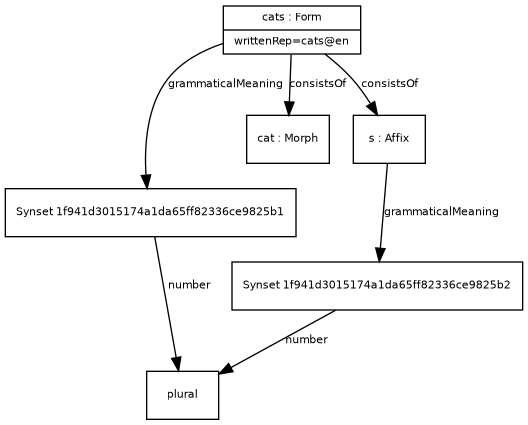
This is examples/example_3.png from ontolex/morph, a Graphviz export, as it was before one commit. Its source is kept beside it as examples/example_3.dot.
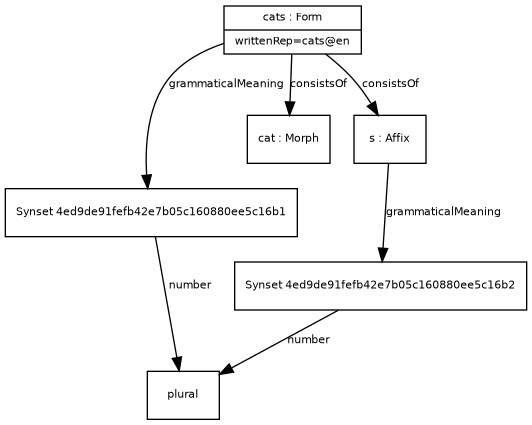
Later version of the same file.

What changed in the source:
```diff
@@ -14,14 +14,14 @@
     ]
 
 plural [ label="{plural}" ]
-Synset1f941d3015174a1da65ff82336ce9825b1 -> plural [ label="number" ]
-Synset1f941d3015174a1da65ff82336ce9825b1 [ label="{Synset 1f941d3015174a1da65ff82336ce9825b1}" ]
-cats -> Synset1f941d3015174a1da65ff82336ce9825b1 [ label="grammaticalMeaning" ]
+Synset4ed9de91fefb42e7b05c160880ee5c16b1 -> plural [ label="number" ]
+Synset4ed9de91fefb42e7b05c160880ee5c16b1 [ label="{Synset 4ed9de91fefb42e7b05c160880ee5c16b1}" ]
+cats -> Synset4ed9de91fefb42e7b05c160880ee5c16b1 [ label="grammaticalMeaning" ]
 cat [ label="{cat : Morph}" ]
 cats -> cat [ label="consistsOf" ]
-Synset1f941d3015174a1da65ff82336ce9825b2 -> plural [ label="number" ]
-Synset1f941d3015174a1da65ff82336ce9825b2 [ label="{Synset 1f941d3015174a1da65ff82336ce9825b2}" ]
-s -> Synset1f941d3015174a1da65ff82336ce9825b2 [ label="grammaticalMeaning" ]
+Synset4ed9de91fefb42e7b05c160880ee5c16b2 -> plural [ label="number" ]
+Synset4ed9de91fefb42e7b05c160880ee5c16b2 [ label="{Synset 4ed9de91fefb42e7b05c160880ee5c16b2}" ]
+s -> Synset4ed9de91fefb42e7b05c160880ee5c16b2 [ label="grammaticalMeaning" ]
 s [ label="{s : Affix}" ]
 cats -> s [ label="consistsOf" ]
 cats [ label="{cats : Form|writtenRep=cats@en}" ]
```
